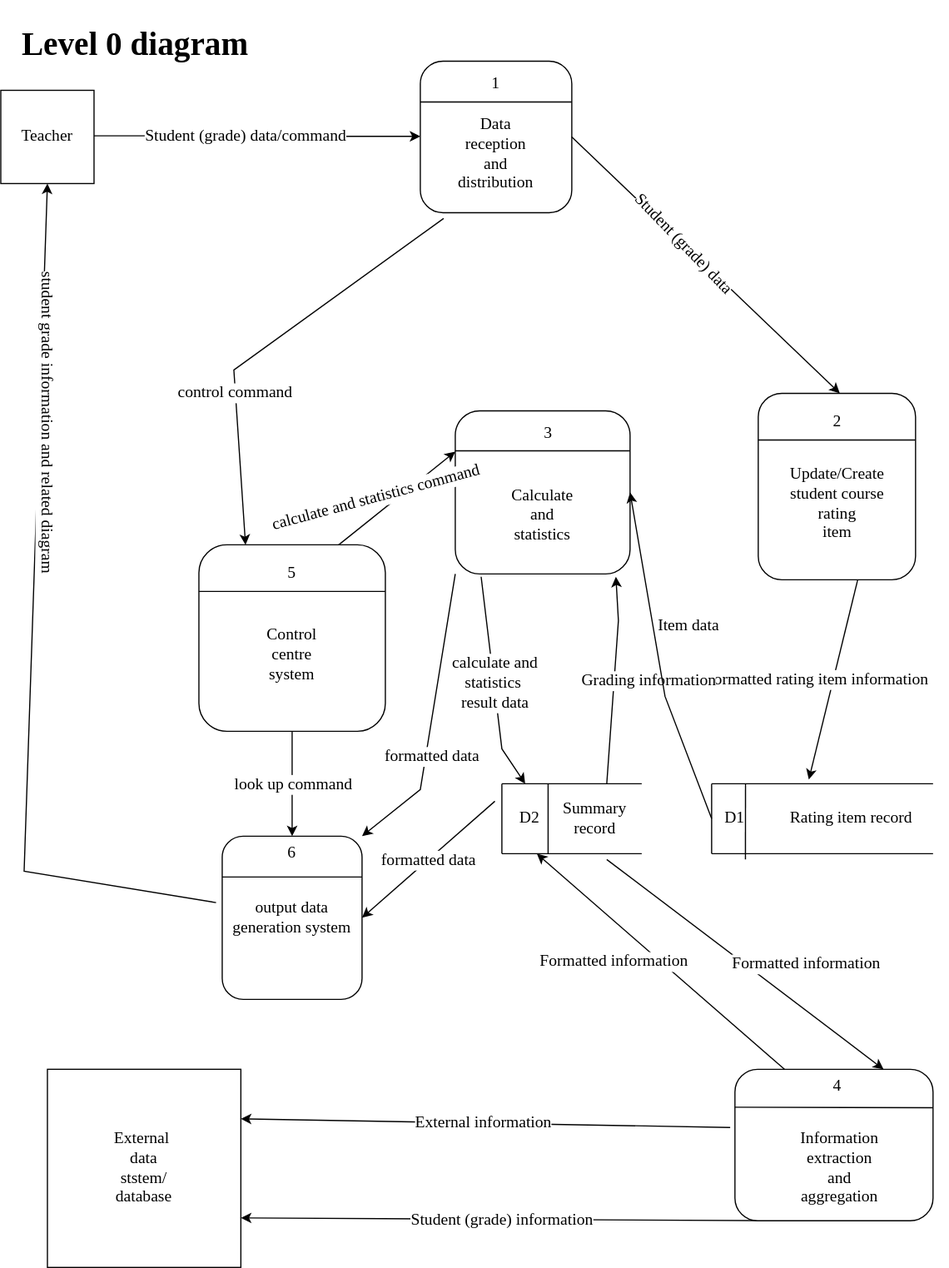
The draw.io diagram diagrams/DFD/Level_0/level 0 diagram.drawio.svg in brokencuph/study-to-think, before a commit. Source tidied: cells renumbered, new cells last; positions are measured from the earlier drawing's top-left corner, leaving out a move shared by most shapes.
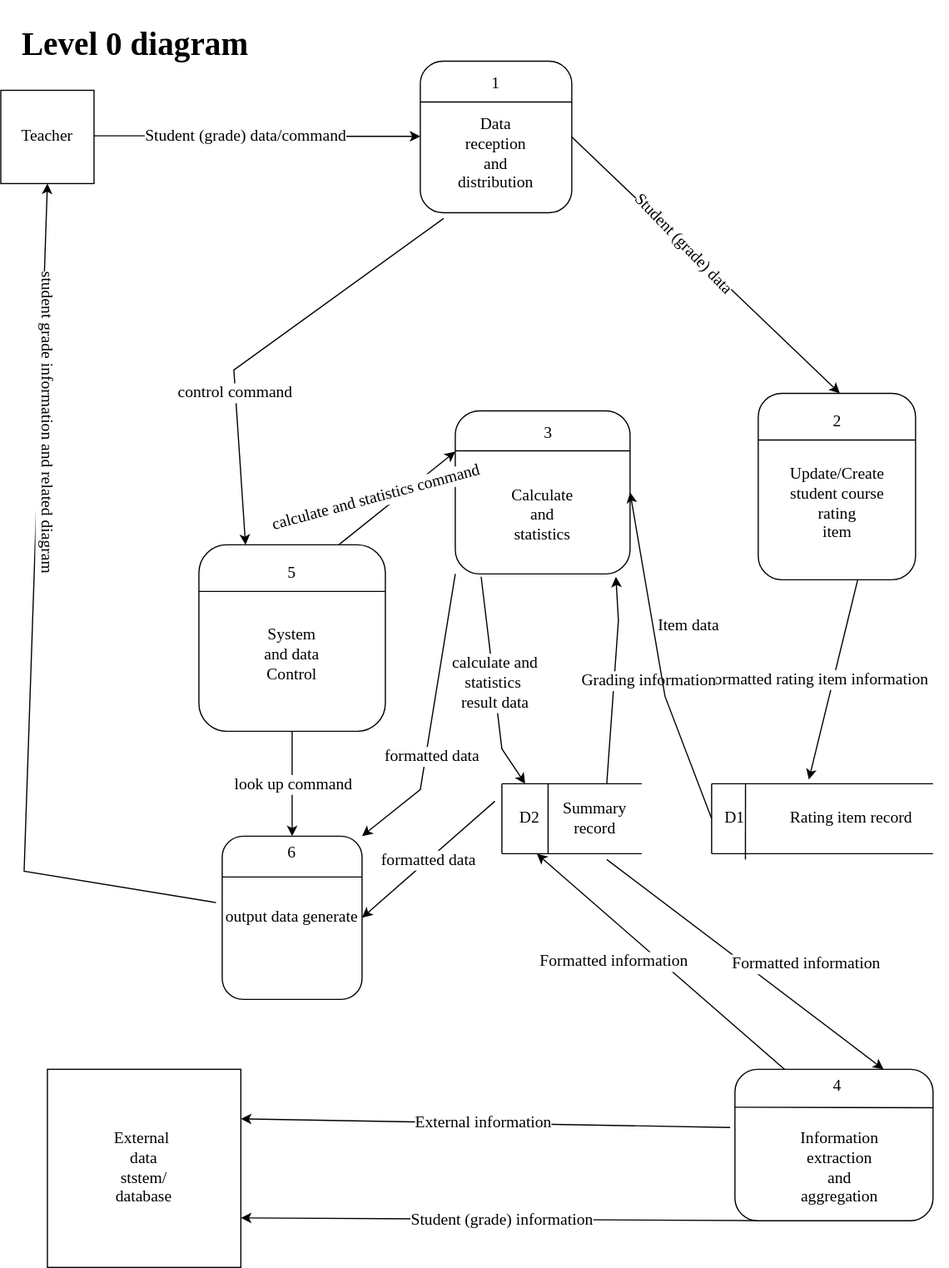
Later version of the same file.

Change to the diagram source:
```diff
@@ -226,7 +226,7 @@
     <mxCell id="52" style="rounded=1;whiteSpace=wrap;html=1;fontFamily=Comic Sans MS;fontSize=14;" parent="1" vertex="1">
       <mxGeometry x="170" y="460" width="160" height="160" as="geometry" />
     </mxCell>
-    <mxCell id="53" value="Control centre system" style="text;html=1;strokeColor=none;fillColor=none;align=center;verticalAlign=middle;whiteSpace=wrap;rounded=0;fontFamily=Comic Sans MS;fontSize=14;" parent="1" vertex="1">
+    <mxCell id="53" value="System and data Control" style="text;html=1;strokeColor=none;fillColor=none;align=center;verticalAlign=middle;whiteSpace=wrap;rounded=0;fontFamily=Comic Sans MS;fontSize=14;" parent="1" vertex="1">
       <mxGeometry x="220" y="540" width="60" height="30" as="geometry" />
     </mxCell>
     <mxCell id="54" style="endArrow=none;html=1;rounded=0;fontFamily=Comic Sans MS;fontSize=14;exitX=0;exitY=0.25;exitDx=0;exitDy=0;entryX=1;entryY=0.25;entryDx=0;entryDy=0;" parent="1" edge="1" source="52" target="52">
@@ -255,7 +255,7 @@
         <mxPoint x="-19" as="offset" />
       </mxGeometry>
     </mxCell>
-    <mxCell id="60" value="output data generation system" style="rounded=1;whiteSpace=wrap;html=1;fontFamily=Comic Sans MS;fontSize=14;" parent="1" vertex="1">
+    <mxCell id="60" value="output data generate" style="rounded=1;whiteSpace=wrap;html=1;fontFamily=Comic Sans MS;fontSize=14;" parent="1" vertex="1">
       <mxGeometry x="190" y="710" width="120" height="140" as="geometry" />
     </mxCell>
     <mxCell id="61" style="endArrow=none;html=1;rounded=0;fontFamily=Comic Sans MS;fontSize=14;exitX=0;exitY=0.25;exitDx=0;exitDy=0;entryX=1;entryY=0.25;entryDx=0;entryDy=0;" parent="1" edge="1" source="60" target="60">
```
